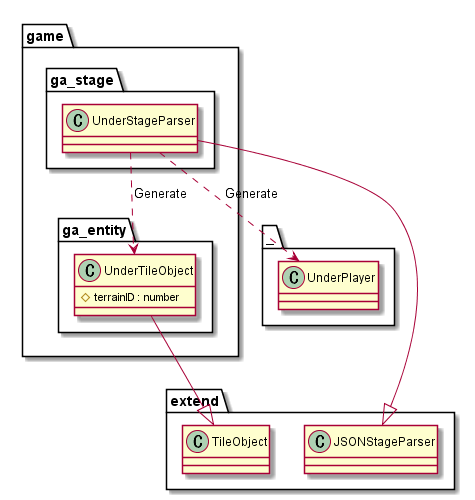
Before: out/uml/stage/Game/StageGame.png, a diagram exported from PlantUML (Expine/Under). The source it was exported from:
```plantuml
@startuml StageGame

package game {
    package ga_stage {
        class UnderStageParser
    }
    package ga_entity {
        class UnderTileObject {
            #terrainID : number
        }
    }
}

package _ {
    class UnderPlayer
}

package extend {
    class JSONStageParser
    class TileObject
}

UnderStageParser ..> UnderTileObject : Generate
UnderStageParser ..> UnderPlayer : Generate

UnderStageParser --|> JSONStageParser
UnderTileObject --|> TileObject

@enduml
```
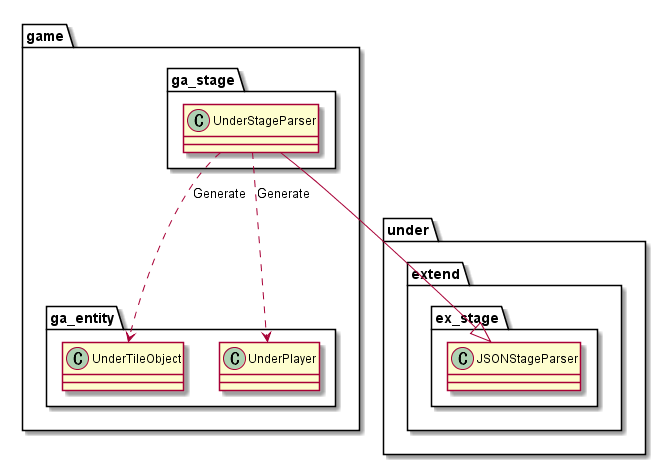
After the change.

What changed in the source:
```diff
@@ -4,26 +4,26 @@
     package ga_stage {
         class UnderStageParser
     }
+}
+
+package game {
     package ga_entity {
-        class UnderTileObject {
-            #terrainID : number
-        }
+        class UnderTileObject
+        class UnderPlayer
     }
 }
 
-package _ {
-    class UnderPlayer
-}
-
-package extend {
-    class JSONStageParser
-    class TileObject
+package under {
+    package extend {
+        package ex_stage {
+            class JSONStageParser
+        }
+    }
 }
 
 UnderStageParser ..> UnderTileObject : Generate
 UnderStageParser ..> UnderPlayer : Generate
 
 UnderStageParser --|> JSONStageParser
-UnderTileObject --|> TileObject
 
 @enduml
```
